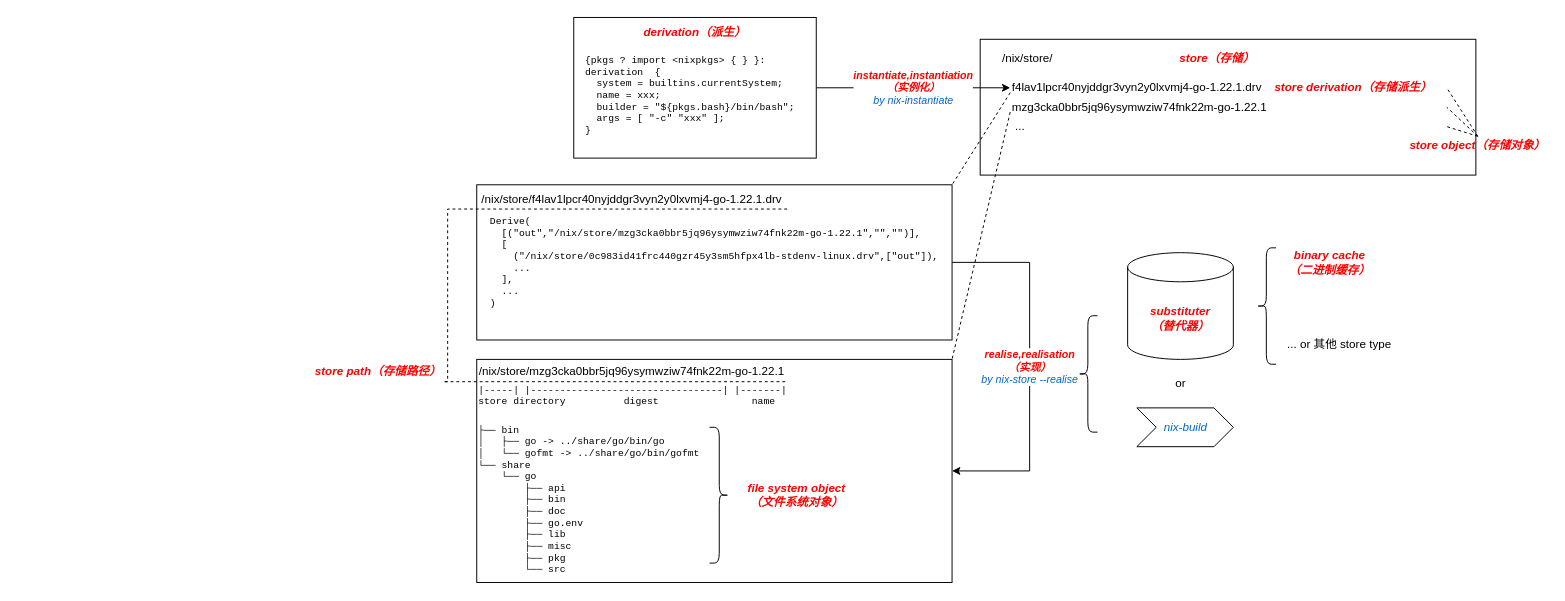
Earlier version of the draw.io diagram static/image/draw.io/nix-store.drawio (rectcircle/rectcircle-blog). Source tidied: cells renumbered, new cells numbered last; positions are measured from the earlier drawing's top-left corner, leaving out a move shared by most shapes. Both pictures are drawn from the tidied source at 97%, with x=0, y=0 at pixel (311, 17).
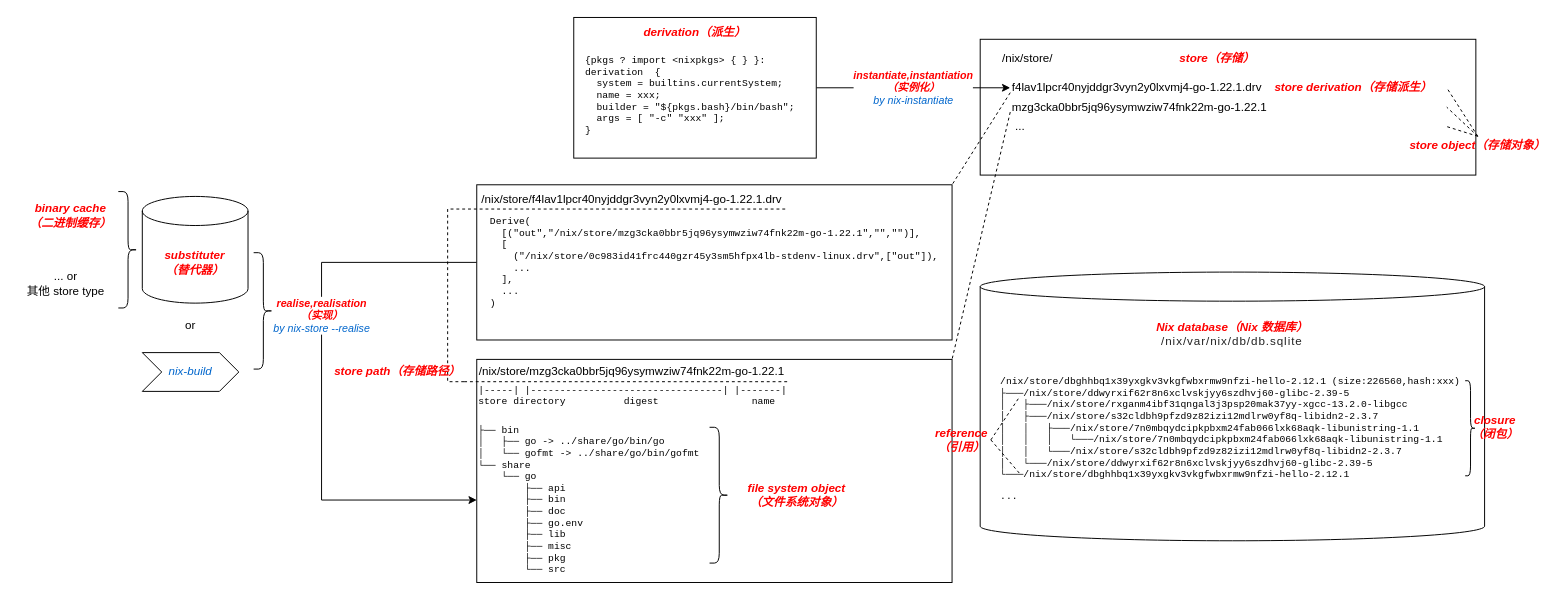
After the change.

Commit message (it also covers changes not shown here):
nix store 关系图

The change refers to these unchanged cells:
```xml
<mxCell id="19" value="&lt;span style=&quot;color: rgb(0, 0, 0);&quot;&gt;&lt;br&gt;&lt;/span&gt;&lt;div style=&quot;font-family: Consolas-with-Yahei, Menlo, Monaco, &amp;quot;Courier New&amp;quot;, monospace, Menlo, Monaco, &amp;quot;Courier New&amp;quot;, monospace; line-height: 120%; font-size: 11px;&quot;&gt;&lt;pre style=&quot;line-height: 120%; font-size: 10px;&quot;&gt;&lt;font style=&quot;font-size: 10px;&quot; color=&quot;#000000&quot;&gt;  Derive(&lt;br&gt;    [(&quot;out&quot;,&quot;/nix/store/mzg3cka0bbr5jq96ysymwziw74fnk22m-go-1.22.1&quot;,&quot;&quot;,&quot;&quot;)],&lt;br&gt;    [&lt;br&gt;      (&quot;/nix/store/0c983id41frc440gzr45y3sm5hfpx4lb-stdenv-linux.drv&quot;,[&quot;out&quot;]),&lt;br&gt;      ...&lt;br&gt;    ],&lt;br&gt;    ...&lt;br&gt;  ) &lt;/font&gt;&lt;/pre&gt;&lt;/div&gt;&lt;span style=&quot;color: rgb(0, 0, 0); font-size: 11px;&quot;&gt;&lt;br&gt;&lt;/span&gt;" style="rounded=0;whiteSpace=wrap;html=1;fontColor=#0066CC;align=left;" parent="1" vertex="1">
  <mxGeometry x="170" y="172" width="490" height="160" as="geometry" />
</mxCell>
<mxCell id="20" value="&lt;pre style=&quot;font-size: 10px;&quot;&gt;&lt;br&gt;&lt;/pre&gt;" style="rounded=0;whiteSpace=wrap;html=1;fontColor=#0066CC;align=left;" parent="1" vertex="1">
  <mxGeometry x="170" y="352" width="490" height="230" as="geometry" />
</mxCell>
<mxCell id="31" value="&lt;pre style=&quot;border-color: var(--border-color); color: rgb(0, 102, 204);&quot;&gt;&lt;font style=&quot;border-color: var(--border-color);&quot; color=&quot;#000000&quot;&gt;├── bin&lt;br style=&quot;border-color: var(--border-color);&quot;&gt;&lt;/font&gt;&lt;font style=&quot;border-color: var(--border-color);&quot; color=&quot;#000000&quot;&gt;│&amp;nbsp; &amp;nbsp;├── go -&amp;gt; ../share/go/bin/go&lt;br style=&quot;border-color: var(--border-color);&quot;&gt;&lt;/font&gt;&lt;font style=&quot;border-color: var(--border-color);&quot; color=&quot;#000000&quot;&gt;│&amp;nbsp; &amp;nbsp;└── gofmt -&amp;gt; ../share/go/bin/gofmt&lt;br style=&quot;border-color: var(--border-color);&quot;&gt;&lt;/font&gt;&lt;font style=&quot;border-color: var(--border-color);&quot; color=&quot;#000000&quot;&gt;└── share&lt;br style=&quot;border-color: var(--border-color);&quot;&gt;&lt;/font&gt;&lt;font style=&quot;border-color: var(--border-color);&quot; color=&quot;#000000&quot;&gt;&amp;nbsp; &amp;nbsp; └── go&lt;br style=&quot;border-color: var(--border-color);&quot;&gt;&lt;/font&gt;&lt;font style=&quot;border-color: var(--border-color);&quot; color=&quot;#000000&quot;&gt;&amp;nbsp; &amp;nbsp; &amp;nbsp; &amp;nbsp; ├── api&lt;br style=&quot;border-color: var(--border-color);&quot;&gt;&lt;/font&gt;&lt;font style=&quot;border-color: var(--border-color);&quot; color=&quot;#000000&quot;&gt;&amp;nbsp; &amp;nbsp; &amp;nbsp; &amp;nbsp; ├── bin&lt;br style=&quot;border-color: var(--border-color);&quot;&gt;&lt;/font&gt;&lt;font style=&quot;border-color: var(--border-color);&quot; color=&quot;#000000&quot;&gt;&amp;nbsp; &amp;nbsp; &amp;nbsp; &amp;nbsp; ├── doc&lt;br style=&quot;border-color: var(--border-color);&quot;&gt;&lt;/font&gt;&lt;font style=&quot;border-color: var(--border-color);&quot; color=&quot;#000000&quot;&gt;&amp;nbsp; &amp;nbsp; &amp;nbsp; &amp;nbsp; ├── go.env&lt;br style=&quot;border-color: var(--border-color);&quot;&gt;&lt;/font&gt;&lt;font style=&quot;border-color: var(--border-color);&quot; color=&quot;#000000&quot;&gt;&amp;nbsp; &amp;nbsp; &amp;nbsp; &amp;nbsp; ├── lib&lt;br style=&quot;border-color: var(--border-color);&quot;&gt;&lt;/font&gt;&lt;font style=&quot;border-color: var(--border-color);&quot; color=&quot;#000000&quot;&gt;&amp;nbsp; &amp;nbsp; &amp;nbsp; &amp;nbsp; ├── misc&lt;br style=&quot;border-color: var(--border-color);&quot;&gt;&lt;/font&gt;&lt;font style=&quot;border-color: var(--border-color);&quot; color=&quot;#000000&quot;&gt;&amp;nbsp; &amp;nbsp; &amp;nbsp; &amp;nbsp; ├── pkg&lt;br style=&quot;border-color: var(--border-color);&quot;&gt;&lt;/font&gt;&lt;font style=&quot;border-color: var(--border-color);&quot; color=&quot;#000000&quot;&gt;&amp;nbsp; &amp;nbsp; &amp;nbsp; &amp;nbsp; └── src&lt;/font&gt;&lt;/pre&gt;" style="text;html=1;strokeColor=none;fillColor=none;align=left;verticalAlign=middle;whiteSpace=wrap;rounded=0;dashed=1;labelBackgroundColor=none;fontSize=10;fontColor=#000000;" parent="1" vertex="1">
  <mxGeometry x="170" y="412" width="290" height="170" as="geometry" />
</mxCell>
```

What changed in the source:
```diff
@@
-    <mxCell id="18" value="&lt;i style=&quot;border-color: var(--border-color); color: rgb(255, 0, 0); font-size: 11px;&quot;&gt;&lt;b style=&quot;border-color: var(--border-color);&quot;&gt;realise,realisation &lt;br&gt;（实现）&lt;/b&gt;&lt;br style=&quot;border-color: var(--border-color);&quot;&gt;&lt;font style=&quot;border-color: var(--border-color);&quot; color=&quot;#0066cc&quot;&gt;by&amp;nbsp;nix-store --realise&lt;/font&gt;&lt;/i&gt;" style="edgeStyle=orthogonalEdgeStyle;html=1;exitX=1;exitY=0.5;exitDx=0;exitDy=0;entryX=1;entryY=0.5;entryDx=0;entryDy=0;fontSize=10;fontColor=#000000;endArrow=classic;endFill=1;rounded=0;" parent="1" edge="1" source="19" target="20">
-      <mxGeometry relative="1" as="geometry">
+    <mxCell id="18" value="&lt;i style=&quot;border-color: var(--border-color); color: rgb(255, 0, 0); font-size: 11px;&quot;&gt;&lt;b style=&quot;border-color: var(--border-color);&quot;&gt;realise,realisation &lt;br&gt;（实现）&lt;/b&gt;&lt;br style=&quot;border-color: var(--border-color);&quot;&gt;&lt;font style=&quot;border-color: var(--border-color);&quot; color=&quot;#0066cc&quot;&gt;by&amp;nbsp;nix-store --realise&lt;/font&gt;&lt;/i&gt;" style="edgeStyle=orthogonalEdgeStyle;html=1;exitX=0;exitY=0.5;exitDx=0;exitDy=0;entryX=0;entryY=0.5;entryDx=0;entryDy=0;fontSize=10;fontColor=#000000;endArrow=classic;endFill=1;rounded=0;" parent="1" edge="1" source="19" target="31">
+      <mxGeometry x="-0.24" relative="1" as="geometry">
         <Array as="points">
-          <mxPoint x="740" y="252" />
-          <mxPoint x="740" y="467" />
+          <mxPoint x="10" y="252" />
+          <mxPoint x="10" y="497" />
         </Array>
       </mxGeometry>
     </mxCell>
@@
     <mxCell id="23" value="&lt;i style=&quot;&quot;&gt;&lt;font style=&quot;&quot; color=&quot;#ff0000&quot;&gt;&lt;span style=&quot;font-size: 12px;&quot;&gt;&lt;b&gt;substituter&lt;br&gt;（替代器）&lt;/b&gt;&lt;/span&gt;&lt;br&gt;&lt;/font&gt;&lt;/i&gt;" style="shape=cylinder3;whiteSpace=wrap;html=1;boundedLbl=1;backgroundOutline=1;size=15;labelBackgroundColor=none;fontSize=10;fontColor=#000000;" parent="1" vertex="1">
-      <mxGeometry x="841" y="242" width="109" height="110" as="geometry" />
+      <mxGeometry x="-174.8" y="184" width="109" height="110" as="geometry" />
     </mxCell>
     <mxCell id="24" value="&lt;font color=&quot;#000000&quot;&gt;or&lt;/font&gt;" style="text;html=1;strokeColor=none;fillColor=none;align=center;verticalAlign=middle;whiteSpace=wrap;rounded=0;labelBackgroundColor=none;fontSize=12;fontColor=#FF0000;" parent="1" vertex="1">
-      <mxGeometry x="865.5" y="362" width="60" height="30" as="geometry" />
+      <mxGeometry x="-155" y="302" width="60" height="30" as="geometry" />
     </mxCell>
-    <mxCell id="25" style="shape=curlyBracket;whiteSpace=wrap;html=1;rounded=1;labelPosition=left;verticalLabelPosition=middle;align=right;verticalAlign=middle;labelBackgroundColor=none;fontSize=12;fontColor=#000000;" parent="1" vertex="1">
-      <mxGeometry x="790" y="307" width="20" height="120" as="geometry" />
+    <mxCell id="25" style="shape=curlyBracket;whiteSpace=wrap;html=1;rounded=1;labelPosition=left;verticalLabelPosition=middle;align=right;verticalAlign=middle;labelBackgroundColor=none;fontSize=12;fontColor=#000000;rotation=-180;" parent="1" vertex="1">
+      <mxGeometry x="-60" y="242" width="20" height="120" as="geometry" />
     </mxCell>
     <mxCell id="26" value="&lt;i&gt;&lt;font color=&quot;#0066cc&quot;&gt;nix-build&lt;/font&gt;&lt;/i&gt;" style="shape=step;perimeter=stepPerimeter;whiteSpace=wrap;html=1;fixedSize=1;labelBackgroundColor=none;fontSize=12;fontColor=#000000;" parent="1" vertex="1">
-      <mxGeometry x="850.5" y="402" width="99.5" height="40" as="geometry" />
+      <mxGeometry x="-174.8" y="345" width="99.5" height="40" as="geometry" />
     </mxCell>
@@
     <mxCell id="28" value="&lt;b&gt;&lt;i&gt;&lt;font color=&quot;#ff0000&quot;&gt;store path（存储路径）&lt;/font&gt;&lt;/i&gt;&lt;/b&gt;" style="text;html=1;strokeColor=none;fillColor=none;align=center;verticalAlign=middle;whiteSpace=wrap;rounded=0;labelBackgroundColor=none;fontSize=12;fontColor=#0066CC;dashed=1;" parent="1" vertex="1">
-      <mxGeometry y="355" width="137" height="20" as="geometry" />
+      <mxGeometry x="20" y="355" width="137" height="20" as="geometry" />
     </mxCell>
@@
-    <mxCell id="34" style="shape=curlyBracket;whiteSpace=wrap;html=1;rounded=1;labelPosition=left;verticalLabelPosition=middle;align=right;verticalAlign=middle;" parent="1" vertex="1">
-      <mxGeometry x="974" y="237" width="20" height="120" as="geometry" />
+    <mxCell id="34" style="shape=curlyBracket;whiteSpace=wrap;html=1;rounded=1;labelPosition=left;verticalLabelPosition=middle;align=right;verticalAlign=middle;rotation=-180;" parent="1" vertex="1">
+      <mxGeometry x="-199.5" y="179" width="20" height="120" as="geometry" />
     </mxCell>
     <mxCell id="35" value="&lt;i style=&quot;border-color: var(--border-color); font-size: 10px;&quot;&gt;&lt;font style=&quot;border-color: var(--border-color);&quot; color=&quot;#ff0000&quot;&gt;&lt;b style=&quot;border-color: var(--border-color); font-size: 12px;&quot;&gt;binary cache&lt;/b&gt;&lt;br style=&quot;border-color: var(--border-color);&quot;&gt;&lt;b style=&quot;border-color: var(--border-color); font-size: 12px;&quot;&gt;（二进制缓存）&lt;/b&gt;&lt;/font&gt;&lt;/i&gt;" style="text;html=1;align=center;verticalAlign=middle;strokeColor=none;fillColor=none;" parent="1" vertex="1">
-      <mxGeometry x="994" y="232" width="110" height="40" as="geometry" />
+      <mxGeometry x="-304.5" y="184" width="110" height="40" as="geometry" />
     </mxCell>
-    <mxCell id="36" value="&lt;font&gt;&lt;span&gt;&lt;span&gt;... or 其他 store type&lt;/span&gt;&lt;/span&gt;&lt;/font&gt;" style="text;html=1;align=center;verticalAlign=middle;strokeColor=none;fillColor=none;fontStyle=0;fontColor=#000000;" parent="1" vertex="1">
-      <mxGeometry x="994" y="322" width="130" height="30" as="geometry" />
+    <mxCell id="36" value="&lt;font&gt;&lt;span&gt;&lt;span&gt;... or &lt;br&gt;其他 store type&lt;/span&gt;&lt;/span&gt;&lt;/font&gt;" style="text;html=1;align=center;verticalAlign=middle;strokeColor=none;fillColor=none;fontStyle=0;fontColor=#000000;" parent="1" vertex="1">
+      <mxGeometry x="-304.5" y="254" width="100" height="40" as="geometry" />
     </mxCell>
+    <mxCell id="37" style="shape=cylinder3;whiteSpace=wrap;html=1;boundedLbl=1;backgroundOutline=1;size=15;" parent="1" vertex="1">
+      <mxGeometry x="689" y="262" width="520" height="277" as="geometry" />
+    </mxCell>
+    <mxCell id="38" value="Nix database（Nix 数据库）&lt;br&gt;&lt;span style=&quot;color: rgb(34, 34, 34); font-style: normal; font-weight: 400; letter-spacing: 0.96px; text-align: left;&quot;&gt;/nix/var/nix/db/db.sqlite&lt;/span&gt;" style="text;html=1;strokeColor=none;fillColor=none;align=center;verticalAlign=middle;whiteSpace=wrap;rounded=0;fontStyle=3;fontColor=#FF0000;" parent="1" vertex="1">
+      <mxGeometry x="864" y="311" width="170" height="30" as="geometry" />
+    </mxCell>
+    <mxCell id="39" value="&lt;div style=&quot;background-color: rgb(255, 255, 255); font-family: Consolas-with-Yahei, Menlo, Monaco, &amp;quot;Courier New&amp;quot;, monospace, Menlo, Monaco, &amp;quot;Courier New&amp;quot;, monospace; line-height: 120%; font-size: 10px;&quot;&gt;&lt;pre style=&quot;line-height: 120%;&quot;&gt;&lt;font color=&quot;#000000&quot;&gt;/nix/store/dbghhbq1x39yxgkv3vkgfwbxrmw9nfzi-hello-2.12.1 (size:226560,hash:xxx)&lt;br&gt;├───/nix/store/ddwyrxif62r8n6xclvskjyy6szdhvj60-glibc-2.39-5&lt;br&gt;│   ├───/nix/store/rxganm4ibf31qngal3j3psp20mak37yy-xgcc-13.2.0-libgcc&lt;br&gt;│   ├───/nix/store/s32cldbh9pfzd9z82izi12mdlrw0yf8q-libidn2-2.3.7&lt;br&gt;│   │   ├───/nix/store/7n0mbqydcipkpbxm24fab066lxk68aqk-libunistring-1.1&lt;br&gt;│   │   │   └───/nix/store/7n0mbqydcipkpbxm24fab066lxk68aqk-libunistring-1.1&lt;br&gt;│   │   └───/nix/store/s32cldbh9pfzd9z82izi12mdlrw0yf8q-libidn2-2.3.7&lt;br&gt;│   └───/nix/store/ddwyrxif62r8n6xclvskjyy6szdhvj60-glibc-2.39-5&lt;br&gt;└───/nix/store/dbghhbq1x39yxgkv3vkgfwbxrmw9nfzi-hello-2.12.1&lt;/font&gt;&lt;/pre&gt;&lt;pre style=&quot;line-height: 120%;&quot;&gt;&lt;font color=&quot;#000000&quot;&gt;...&lt;/font&gt;&lt;/pre&gt;&lt;/div&gt;" style="text;html=1;strokeColor=none;fillColor=none;align=left;verticalAlign=middle;whiteSpace=wrap;rounded=0;fontFamily=Helvetica;fontSize=12;fontColor=#FF0000;" parent="1" vertex="1">
+      <mxGeometry x="708" y="359" width="482" height="149" as="geometry" />
+    </mxCell>
+    <mxCell id="40" value="&lt;font color=&quot;#ff0000&quot; style=&quot;font-size: 12px;&quot;&gt;&lt;b&gt;&lt;i&gt;closure&lt;br&gt;（闭包）&lt;/i&gt;&lt;/b&gt;&lt;/font&gt;" style="text;html=1;strokeColor=none;fillColor=none;align=center;verticalAlign=middle;whiteSpace=wrap;rounded=0;fontFamily=Helvetica;fontSize=10;fontColor=#000000;" parent="1" vertex="1">
+      <mxGeometry x="1180" y="407" width="80" height="30" as="geometry" />
+    </mxCell>
+    <mxCell id="41" style="shape=curlyBracket;whiteSpace=wrap;html=1;rounded=1;flipH=1;labelPosition=right;verticalLabelPosition=middle;align=left;verticalAlign=middle;fontFamily=Helvetica;fontSize=12;fontColor=#FF0000;" parent="1" vertex="1">
+      <mxGeometry x="1189" y="374" width="11" height="98" as="geometry" />
+    </mxCell>
+    <mxCell id="42" style="edgeStyle=none;html=1;exitX=1;exitY=0.5;exitDx=0;exitDy=0;fontFamily=Helvetica;fontSize=12;fontColor=#FF0000;endArrow=none;endFill=0;dashed=1;" parent="1" edge="1" source="43">
+      <mxGeometry relative="1" as="geometry">
+        <mxPoint x="730" y="390" as="targetPoint" />
+      </mxGeometry>
+    </mxCell>
+    <mxCell id="43" value="&lt;font color=&quot;#ff0000&quot;&gt;&lt;span style=&quot;font-size: 12px;&quot;&gt;&lt;b&gt;&lt;i&gt;reference（引用）&lt;/i&gt;&lt;/b&gt;&lt;/span&gt;&lt;/font&gt;" style="text;html=1;strokeColor=none;fillColor=none;align=center;verticalAlign=middle;whiteSpace=wrap;rounded=0;fontFamily=Helvetica;fontSize=10;fontColor=#000000;" parent="1" vertex="1">
+      <mxGeometry x="640" y="420" width="60" height="30" as="geometry" />
+    </mxCell>
+    <mxCell id="44" style="edgeStyle=none;html=1;exitX=1;exitY=0.5;exitDx=0;exitDy=0;fontFamily=Helvetica;fontSize=12;fontColor=#FF0000;endArrow=none;endFill=0;dashed=1;" parent="1" edge="1" source="43">
+      <mxGeometry relative="1" as="geometry">
+        <mxPoint x="730" y="470" as="targetPoint" />
+      </mxGeometry>
+    </mxCell>
```
